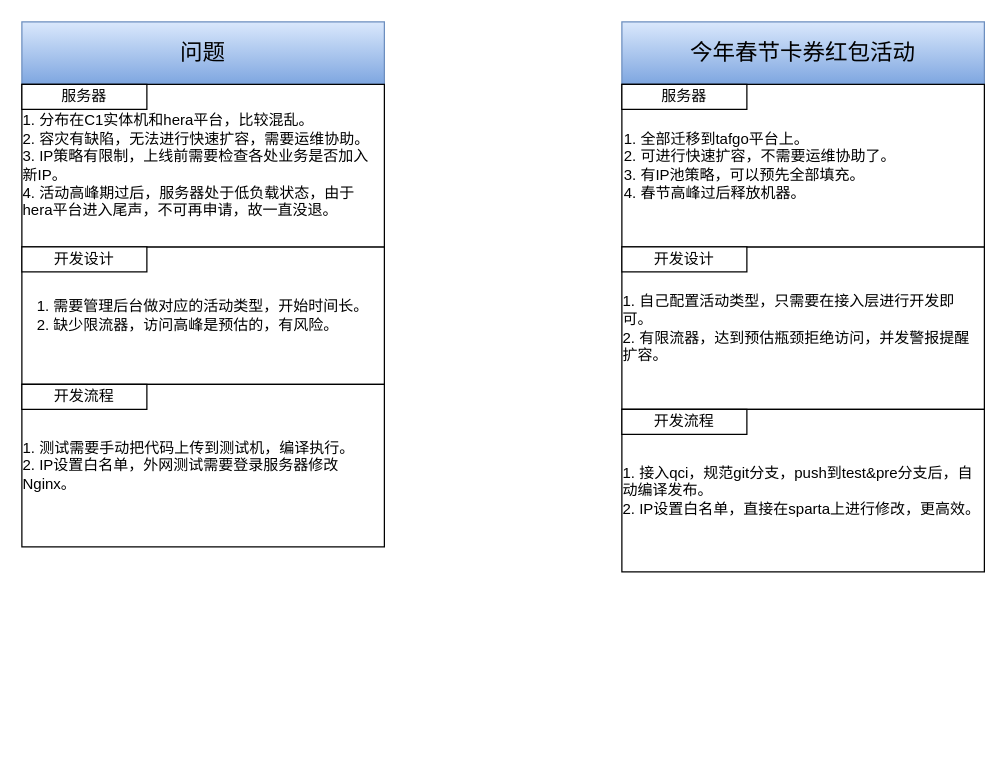
Earlier version of the draw.io diagram 2020春节卡券活动.drawio (SaturnRings/draw). Source tidied: cells renumbered, new cells numbered last; positions are measured from the earlier drawing's top-left corner, leaving out a move shared by most shapes. Both pictures are drawn from the tidied source at 125%, with x=0, y=0 at pixel (21, 21).
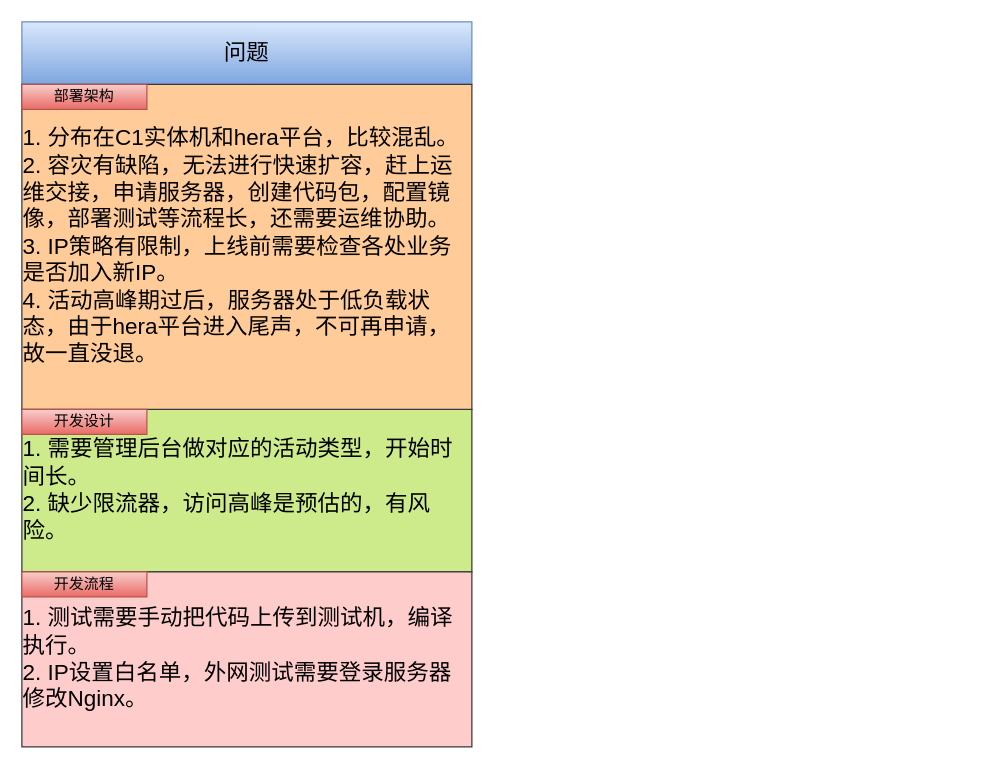
Above is the later version.

Commit message (it also covers changes not shown here):
Update 2020春节卡券活动.drawio

What changed in the source:
```diff
@@
 <mxGraphModel>
   <root>
     <mxCell id="0" />
     <mxCell id="1" parent="0" />
-    <mxCell id="2" value="&lt;div style=&quot;text-align: left&quot;&gt;&lt;span&gt;1. 需要管理后台做对应的活动类型，开始时间长。&lt;/span&gt;&lt;/div&gt;&lt;div style=&quot;text-align: left&quot;&gt;&lt;span&gt;2. 缺少限流器，访问高峰是预估的，有风险。&lt;/span&gt;&lt;/div&gt;" style="rounded=0;whiteSpace=wrap;html=1;" parent="1" vertex="1">
-      <mxGeometry y="180" width="290" height="110" as="geometry" />
+    <mxCell id="2" value="&lt;div style=&quot;text-align: left ; font-size: 18px&quot;&gt;&lt;font style=&quot;font-size: 18px&quot;&gt;1. 需要管理后台做对应的活动类型，开始时间长。&lt;/font&gt;&lt;/div&gt;&lt;div style=&quot;text-align: left ; font-size: 18px&quot;&gt;&lt;font style=&quot;font-size: 18px&quot;&gt;2. 缺少限流器，访问高峰是预估的，有风险。&lt;/font&gt;&lt;/div&gt;" style="rounded=0;whiteSpace=wrap;html=1;fillColor=#cdeb8b;strokeColor=#36393d;" parent="1" vertex="1">
+      <mxGeometry y="310" width="360" height="130" as="geometry" />
     </mxCell>
     <mxCell id="3" value="&lt;span style=&quot;font-size: 18px&quot;&gt;问题&lt;/span&gt;" style="rounded=0;whiteSpace=wrap;html=1;gradientColor=#7ea6e0;fillColor=#dae8fc;strokeColor=#6c8ebf;" parent="1" vertex="1">
-      <mxGeometry width="290" height="50" as="geometry" />
+      <mxGeometry width="360" height="50" as="geometry" />
     </mxCell>
-    <mxCell id="4" value="&lt;div style=&quot;text-align: left&quot;&gt;&lt;span&gt;1. 分布在C1实体机和hera平台，比较混乱。&lt;/span&gt;&lt;/div&gt;&lt;div style=&quot;text-align: left&quot;&gt;&lt;span&gt;2. 容灾有缺陷，无法进行快速扩容，需要运维协助。&lt;/span&gt;&lt;/div&gt;&lt;div style=&quot;text-align: left&quot;&gt;&lt;span&gt;3. IP策略有限制，上线前需要检查各处业务是否加入新IP。&lt;/span&gt;&lt;/div&gt;&lt;div style=&quot;text-align: left&quot;&gt;4. 活动高峰期过后，服务器处于低负载状态，由于hera平台进入尾声，不可再申请，故一直没退。&lt;/div&gt;" style="rounded=0;whiteSpace=wrap;html=1;" parent="1" vertex="1">
-      <mxGeometry y="50" width="290" height="130" as="geometry" />
+    <mxCell id="4" value="&lt;div style=&quot;text-align: left ; font-size: 18px&quot;&gt;&lt;font style=&quot;font-size: 18px&quot;&gt;1. 分布在C1实体机和hera平台，比较混乱。&lt;/font&gt;&lt;/div&gt;&lt;div style=&quot;text-align: left ; font-size: 18px&quot;&gt;&lt;span&gt;&lt;font style=&quot;font-size: 18px&quot;&gt;2. 容灾有缺陷，无法进行快速扩容，赶上运维交接，申请服务器，创建代码包，配置镜像，部署测试等流程长，还需要运维协助。&lt;/font&gt;&lt;/span&gt;&lt;/div&gt;&lt;div style=&quot;text-align: left ; font-size: 18px&quot;&gt;&lt;span&gt;&lt;font style=&quot;font-size: 18px&quot;&gt;3. IP策略有限制，上线前需要检查各处业务是否加入新IP。&lt;/font&gt;&lt;/span&gt;&lt;/div&gt;&lt;div style=&quot;text-align: left ; font-size: 18px&quot;&gt;&lt;font style=&quot;font-size: 18px&quot;&gt;4. 活动高峰期过后，服务器处于低负载状态，由于hera平台进入尾声，不可再申请，故一直没退。&lt;/font&gt;&lt;/div&gt;" style="rounded=0;whiteSpace=wrap;html=1;fillColor=#ffcc99;strokeColor=#36393d;" parent="1" vertex="1">
+      <mxGeometry y="50" width="360" height="260" as="geometry" />
     </mxCell>
-    <mxCell id="5" value="服务器" style="rounded=0;whiteSpace=wrap;html=1;" parent="1" vertex="1">
+    <mxCell id="5" value="部署架构" style="rounded=0;whiteSpace=wrap;html=1;gradientColor=#ea6b66;fillColor=#f8cecc;strokeColor=#b85450;" parent="1" vertex="1">
       <mxGeometry y="50" width="100" height="20" as="geometry" />
     </mxCell>
-    <mxCell id="6" value="&lt;div style=&quot;text-align: left&quot;&gt;&lt;span&gt;1. 测试需要手动把代码上传到测试机，编译执行。&lt;/span&gt;&lt;/div&gt;&lt;div style=&quot;text-align: left&quot;&gt;&lt;span&gt;2. IP设置白名单，外网测试需要登录服务器修改Nginx。&lt;/span&gt;&lt;/div&gt;" style="rounded=0;whiteSpace=wrap;html=1;" parent="1" vertex="1">
-      <mxGeometry y="290" width="290" height="130" as="geometry" />
+    <mxCell id="6" value="&lt;div style=&quot;text-align: left ; font-size: 18px&quot;&gt;&lt;font style=&quot;font-size: 18px&quot;&gt;1. 测试需要手动把代码上传到测试机，编译执行。&lt;/font&gt;&lt;/div&gt;&lt;div style=&quot;text-align: left ; font-size: 18px&quot;&gt;&lt;font style=&quot;font-size: 18px&quot;&gt;2. IP设置白名单，外网测试需要登录服务器修改Nginx。&lt;/font&gt;&lt;/div&gt;" style="rounded=0;whiteSpace=wrap;html=1;fillColor=#ffcccc;strokeColor=#36393d;" parent="1" vertex="1">
+      <mxGeometry y="440" width="360" height="140" as="geometry" />
     </mxCell>
-    <mxCell id="7" value="开发流程" style="rounded=0;whiteSpace=wrap;html=1;" parent="1" vertex="1">
-      <mxGeometry y="290" width="100" height="20" as="geometry" />
+    <mxCell id="7" value="开发流程" style="rounded=0;whiteSpace=wrap;html=1;gradientColor=#ea6b66;fillColor=#f8cecc;strokeColor=#b85450;" parent="1" vertex="1">
+      <mxGeometry y="440" width="100" height="20" as="geometry" />
     </mxCell>
-    <mxCell id="8" value="开发设计" style="rounded=0;whiteSpace=wrap;html=1;" parent="1" vertex="1">
-      <mxGeometry y="180" width="100" height="20" as="geometry" />
+    <mxCell id="8" value="开发设计" style="rounded=0;whiteSpace=wrap;html=1;gradientColor=#ea6b66;fillColor=#f8cecc;strokeColor=#b85450;" parent="1" vertex="1">
+      <mxGeometry y="310" width="100" height="20" as="geometry" />
     </mxCell>
-    <mxCell id="9" value="&lt;div style=&quot;text-align: left&quot;&gt;&lt;span&gt;1. 自己配置活动类型，只需要在接入层进行开发即可。&lt;/span&gt;&lt;/div&gt;&lt;div style=&quot;text-align: left&quot;&gt;&lt;span&gt;2. 有限流器，达到预估瓶颈拒绝访问，并发警报提醒扩容。&lt;/span&gt;&lt;/div&gt;" style="rounded=0;whiteSpace=wrap;html=1;" parent="1" vertex="1">
-      <mxGeometry x="480" y="180" width="290" height="130" as="geometry" />
-    </mxCell>
-    <mxCell id="10" value="&lt;font style=&quot;font-size: 18px&quot;&gt;今年春节卡券红包活动&lt;/font&gt;" style="rounded=0;whiteSpace=wrap;html=1;gradientColor=#7ea6e0;fillColor=#dae8fc;strokeColor=#6c8ebf;" parent="1" vertex="1">
-      <mxGeometry x="480" width="290" height="50" as="geometry" />
-    </mxCell>
-    <mxCell id="11" value="&lt;div style=&quot;&quot;&gt;&lt;span&gt;1. 全部迁移到tafgo平台上。&lt;/span&gt;&lt;/div&gt;&lt;div style=&quot;&quot;&gt;&lt;span&gt;2. 可进行快速扩容，不需要运维协助了。&lt;/span&gt;&lt;/div&gt;&lt;div style=&quot;&quot;&gt;&lt;span&gt;3. 有IP池策略，可以预先全部填充。&lt;/span&gt;&lt;/div&gt;&lt;div style=&quot;&quot;&gt;4. 春节高峰过后释放机器。&lt;/div&gt;" style="rounded=0;whiteSpace=wrap;html=1;align=left;" parent="1" vertex="1">
-      <mxGeometry x="480" y="50" width="290" height="130" as="geometry" />
-    </mxCell>
-    <mxCell id="12" value="服务器" style="rounded=0;whiteSpace=wrap;html=1;" parent="1" vertex="1">
-      <mxGeometry x="480" y="50" width="100" height="20" as="geometry" />
-    </mxCell>
-    <mxCell id="13" value="&lt;div style=&quot;text-align: left&quot;&gt;&lt;span&gt;1. 接入qci，规范git分支，push到test&amp;amp;pre分支后，自动编译发布。&lt;/span&gt;&lt;/div&gt;&lt;div style=&quot;text-align: left&quot;&gt;&lt;span&gt;2. IP设置白名单，直接在sparta上进行修改，更高效。&lt;/span&gt;&lt;/div&gt;" style="rounded=0;whiteSpace=wrap;html=1;" parent="1" vertex="1">
-      <mxGeometry x="480" y="310" width="290" height="130" as="geometry" />
-    </mxCell>
-    <mxCell id="14" value="开发流程" style="rounded=0;whiteSpace=wrap;html=1;" parent="1" vertex="1">
-      <mxGeometry x="480" y="310" width="100" height="20" as="geometry" />
-    </mxCell>
-    <mxCell id="15" value="开发设计" style="rounded=0;whiteSpace=wrap;html=1;" parent="1" vertex="1">
-      <mxGeometry x="480" y="180" width="100" height="20" as="geometry" />
-    </mxCell>
   </root>
 </mxGraphModel>
```
